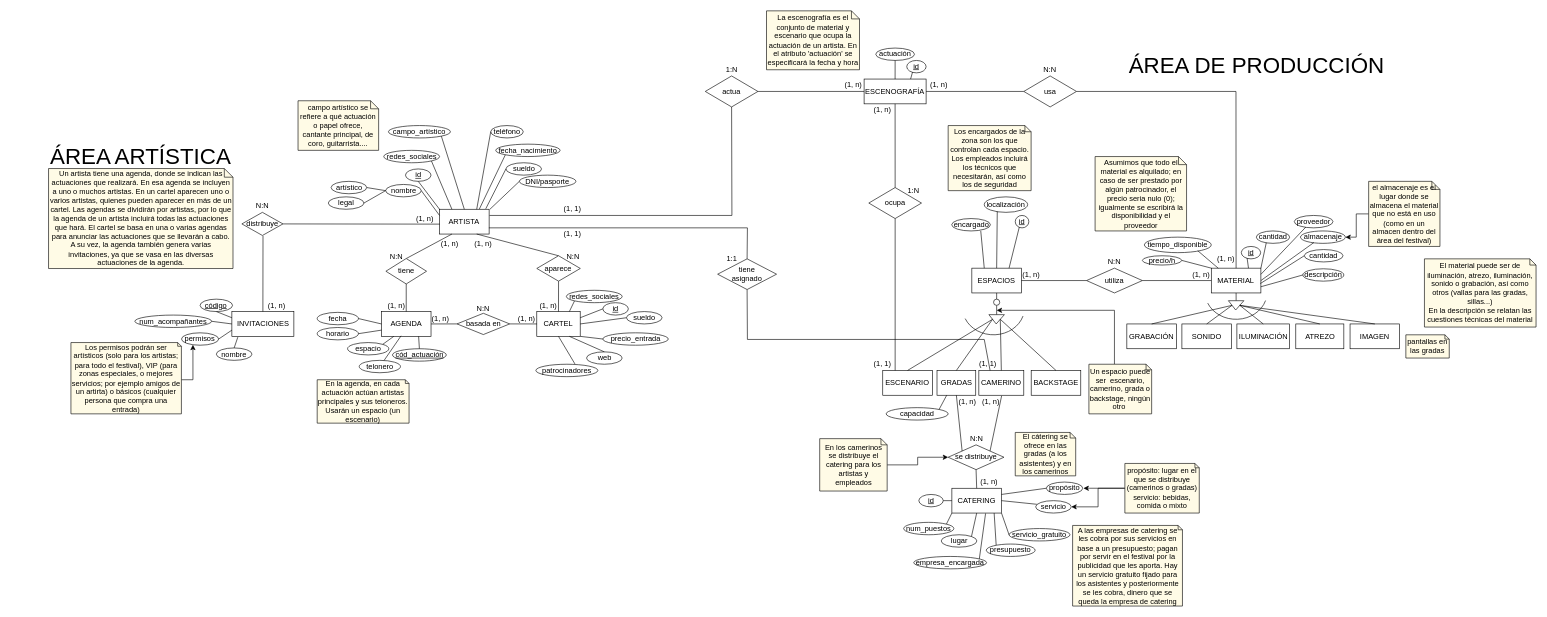
mariaalamocedillo/Quevedofest keeps this draw.io diagram as Modelo conceptual/QuevedoFest_E-R.drawio. Above is the earlier version. Source tidied: cells renumbered, new cells numbered last; positions are measured from the earlier drawing's top-left corner, leaving out a move shared by most shapes. Both pictures are drawn from the tidied source at 62%, with x=0, y=0 at pixel (11, 11).
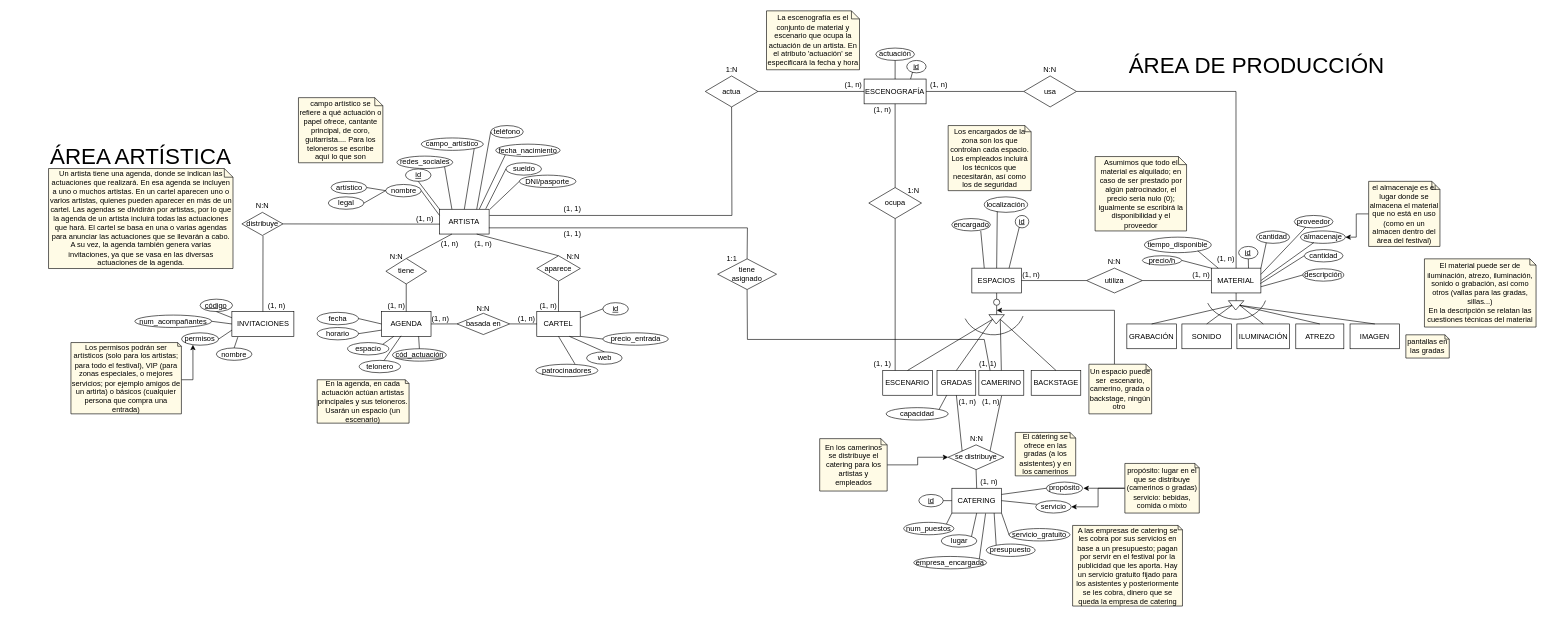
Above is the later version.

The change refers to these unchanged cells:
```xml
<mxCell id="4" value="CARTEL" style="rounded=0;whiteSpace=wrap;html=1;" parent="1" vertex="1">
  <mxGeometry x="848.3" y="485" width="70" height="40" as="geometry" />
</mxCell>
<mxCell id="7" value="MATERIAL" style="rounded=0;whiteSpace=wrap;html=1;" parent="1" vertex="1">
  <mxGeometry x="1936.2" y="415" width="80" height="40" as="geometry" />
</mxCell>
```

Diff of the diagram source:
```diff
@@
     <mxCell id="56" value="redes_sociales" style="ellipse;whiteSpace=wrap;html=1;align=center;fillColor=#FFFFFF;" parent="1" vertex="1">
-      <mxGeometry x="601.5" y="225" width="90" height="20" as="geometry" />
+      <mxGeometry x="622.7" y="234.3" width="90" height="20" as="geometry" />
     </mxCell>
@@
     <mxCell id="62" value="campo_artístico" style="ellipse;whiteSpace=wrap;html=1;align=center;fillColor=#FFFFFF;" parent="1" vertex="1">
-      <mxGeometry x="609" y="185" width="100" height="20" as="geometry" />
+      <mxGeometry x="662" y="205" width="100" height="20" as="geometry" />
     </mxCell>
-    <mxCell id="63" value="campo artístico se refiere a qué actuación o papel ofrece, cantante principal, de coro, guitarrista...." style="shape=note;size=13;whiteSpace=wrap;html=1;fillColor=#FFFBE6;" parent="1" vertex="1">
-      <mxGeometry x="463.2" y="145" width="130" height="80" as="geometry" />
+    <mxCell id="63" value="campo artístico se refiere a qué actuación o papel ofrece, cantante principal, de coro, guitarrista.... Para los teloneros se escribe aquí lo que son" style="shape=note;size=13;whiteSpace=wrap;html=1;fillColor=#FFFBE6;" parent="1" vertex="1">
+      <mxGeometry x="463.9" y="140" width="136.1" height="105" as="geometry" />
     </mxCell>
@@
     <mxCell id="75" value="&lt;u&gt;id&lt;/u&gt;" style="ellipse;whiteSpace=wrap;html=1;align=center;fillColor=#FFFFFF;" parent="1" vertex="1">
-      <mxGeometry x="1984.6" y="380" width="31.2" height="20" as="geometry" />
+      <mxGeometry x="1980.3" y="380" width="31.2" height="20" as="geometry" />
     </mxCell>
-    <mxCell id="76" style="endArrow=none;html=1;rounded=0;exitX=0.3;exitY=0.932;exitDx=0;exitDy=0;entryX=0.75;entryY=0;entryDx=0;entryDy=0;exitPerimeter=0;" parent="1" edge="1" source="75" target="7">
+    <mxCell id="76" style="endArrow=none;html=1;rounded=0;entryX=0.75;entryY=0;entryDx=0;entryDy=0;exitX=0.5;exitY=1;exitDx=0;exitDy=0;" parent="1" edge="1" source="75" target="7">
       <mxGeometry relative="1" as="geometry" />
     </mxCell>
@@
-    <mxCell id="134" value="sueldo" style="ellipse;whiteSpace=wrap;html=1;align=center;fillColor=#FFFFFF;" parent="1" vertex="1">
-      <mxGeometry x="992.9" y="485" width="57.5" height="20" as="geometry" />
-    </mxCell>
-    <mxCell id="135" style="endArrow=none;html=1;rounded=0;exitX=0;exitY=0.5;exitDx=0;exitDy=0;entryX=1;entryY=0.5;entryDx=0;entryDy=0;" parent="1" edge="1" source="134" target="4">
-      <mxGeometry relative="1" as="geometry" />
-    </mxCell>
@@
-    <mxCell id="143" value="redes_sociales" style="ellipse;whiteSpace=wrap;html=1;align=center;fillColor=#FFFFFF;" parent="1" vertex="1">
-      <mxGeometry x="896" y="450.7" width="90" height="20" as="geometry" />
-    </mxCell>
@@
-    <mxCell id="145" style="endArrow=none;html=1;rounded=0;exitX=0;exitY=1;exitDx=0;exitDy=0;entryX=0.75;entryY=0;entryDx=0;entryDy=0;" parent="1" edge="1" source="143" target="4">
-      <mxGeometry relative="1" as="geometry" />
-    </mxCell>
```
